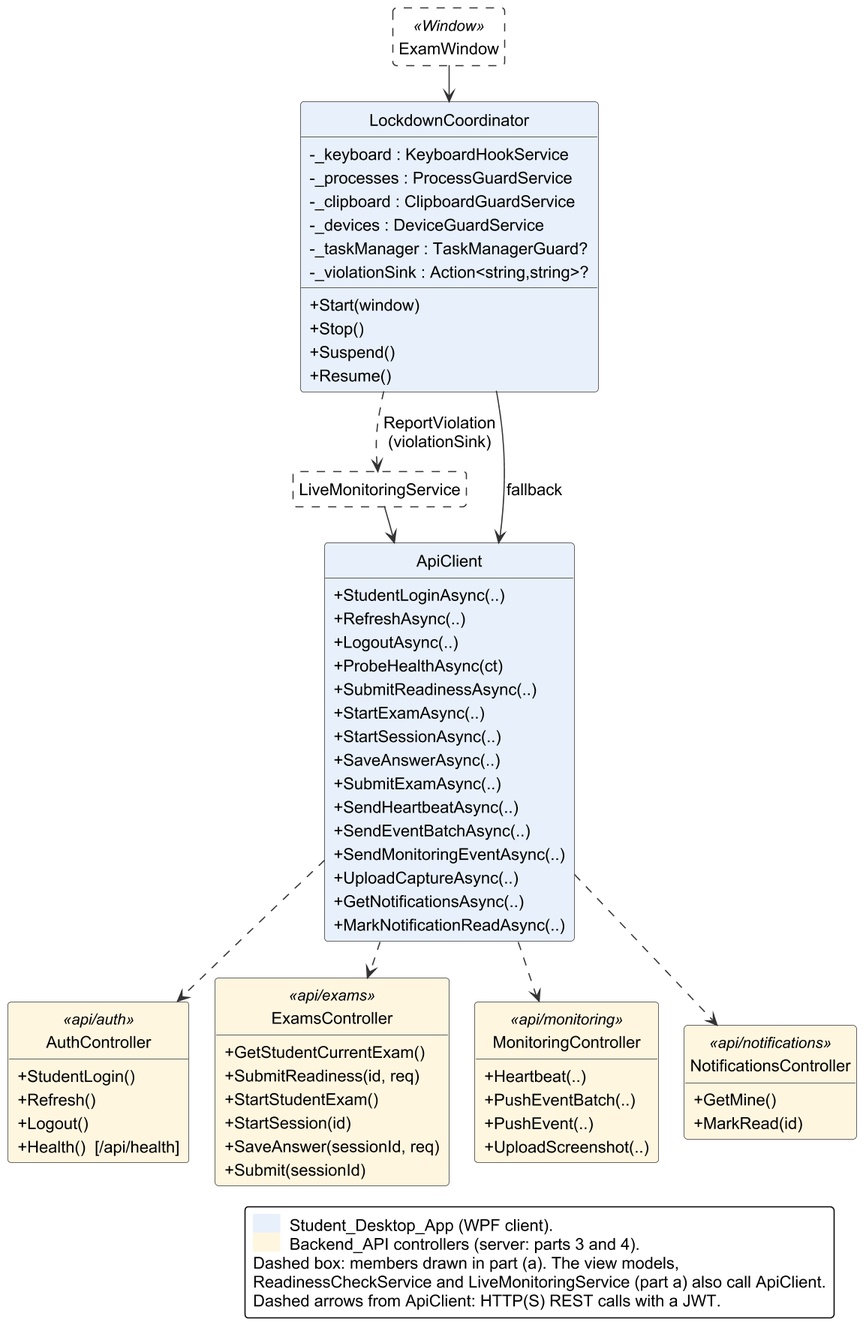
This is important docs/fyp_doc_3chatp/Figures/class_diagram_client_b.png from Haiderali27-hub/AI-Lab-Monitoring-, a PlantUML export, as it was before one commit. Its diagram source:
```plantuml
@startuml
!include style.iuml
hide empty members
hide circle
skinparam classAttributeIconSize 0
skinparam nodesep 22
skinparam ranksep 30
skinparam class {
  FontSize 14
  AttributeFontSize 14
  StereotypeFontSize 13
}
skinparam ArrowFontSize 14
skinparam stereotypeFontSize 14

class ExamWindow <<Window>> #FFFFFF ##[dashed]
class LiveMonitoringService #FFFFFF ##[dashed]
class LockdownCoordinator #E8F0FB {
  -_keyboard : KeyboardHookService
  -_processes : ProcessGuardService
  -_clipboard : ClipboardGuardService
  -_devices : DeviceGuardService
  -_taskManager : TaskManagerGuard?
  -_violationSink : Action<string,string>?
  +Start(window)
  +Stop()
  +Suspend()
  +Resume()
}
class ApiClient #E8F0FB {
  +StudentLoginAsync(..)
  +RefreshAsync(..)
  +LogoutAsync(..)
  +ProbeHealthAsync(ct)
  +SubmitReadinessAsync(..)
  +StartExamAsync(..)
  +StartSessionAsync(..)
  +SaveAnswerAsync(..)
  +SubmitExamAsync(..)
  +SendHeartbeatAsync(..)
  +SendEventBatchAsync(..)
  +SendMonitoringEventAsync(..)
  +UploadCaptureAsync(..)
  +GetNotificationsAsync(..)
  +MarkNotificationReadAsync(..)
}

class AuthController <<api/auth>> #FFF6E0 {
  +StudentLogin()
  +Refresh()
  +Logout()
  +Health()  [/api/health]
}
class NotificationsController <<api/notifications>> #FFF6E0 {
  +GetMine()
  +MarkRead(id)
}
class ExamsController <<api/exams>> #FFF6E0 {
  +GetStudentCurrentExam()
  +SubmitReadiness(id, req)
  +StartStudentExam()
  +StartSession(id)
  +SaveAnswer(sessionId, req)
  +Submit(sessionId)
}
class MonitoringController <<api/monitoring>> #FFF6E0 {
  +Heartbeat(..)
  +PushEventBatch(..)
  +PushEvent(..)
  +UploadScreenshot(..)
}

ExamWindow --> LockdownCoordinator
LockdownCoordinator ..> LiveMonitoringService : ReportViolation\n(violationSink)

LockdownCoordinator --> ApiClient : fallback
LiveMonitoringService --> ApiClient

ApiClient ..> AuthController
ApiClient ..> ExamsController
ApiClient ..> MonitoringController
ApiClient ..> NotificationsController
AuthController -[hidden]right- ExamsController
ExamsController -[hidden]right- MonitoringController
MonitoringController -[hidden]right- NotificationsController

skinparam legendFontSize 14
legend bottom right
  <back:#E8F0FB>      </back>  Student<U+005F>Desktop<U+005F>App (WPF client).
  <back:#FFF6E0>      </back>  Backend<U+005F>API controllers (server: parts 3 and 4).
  Dashed box: members drawn in part (a). The view models,
  ReadinessCheckService and LiveMonitoringService (part a) also call ApiClient.
  Dashed arrows from ApiClient: HTTP(S) REST calls with a JWT.
endlegend
@enduml
```
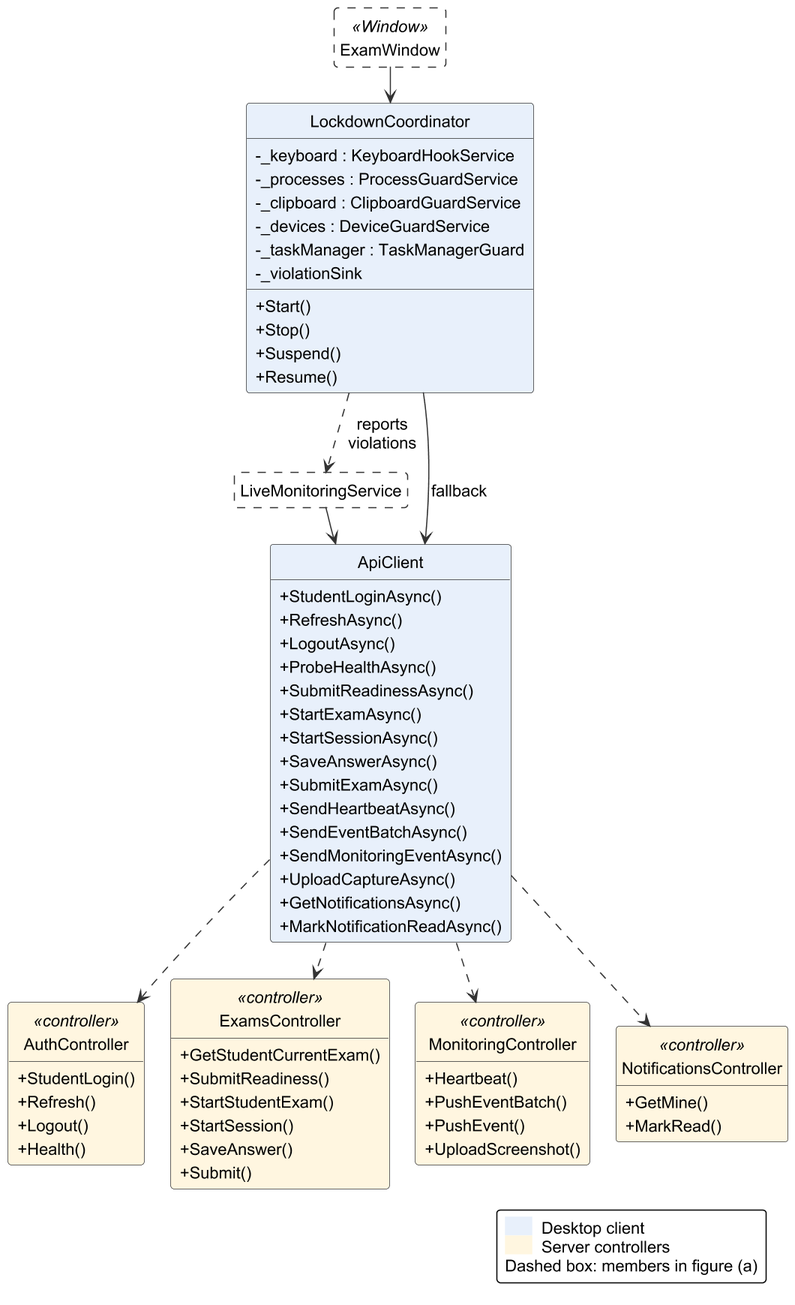
Later version of the same file.

What changed in the source:
```diff
@@ -8,7 +8,7 @@
 skinparam class {
   FontSize 14
   AttributeFontSize 14
-  StereotypeFontSize 13
+  StereotypeFontSize 14
 }
 skinparam ArrowFontSize 14
 skinparam stereotypeFontSize 14
@@ -20,58 +20,58 @@
   -_processes : ProcessGuardService
   -_clipboard : ClipboardGuardService
   -_devices : DeviceGuardService
-  -_taskManager : TaskManagerGuard?
-  -_violationSink : Action<string,string>?
-  +Start(window)
+  -_taskManager : TaskManagerGuard
+  -_violationSink
+  +Start()
   +Stop()
   +Suspend()
   +Resume()
 }
 class ApiClient #E8F0FB {
-  +StudentLoginAsync(..)
-  +RefreshAsync(..)
-  +LogoutAsync(..)
-  +ProbeHealthAsync(ct)
-  +SubmitReadinessAsync(..)
-  +StartExamAsync(..)
-  +StartSessionAsync(..)
-  +SaveAnswerAsync(..)
-  +SubmitExamAsync(..)
-  +SendHeartbeatAsync(..)
-  +SendEventBatchAsync(..)
-  +SendMonitoringEventAsync(..)
-  +UploadCaptureAsync(..)
-  +GetNotificationsAsync(..)
-  +MarkNotificationReadAsync(..)
+  +StudentLoginAsync()
+  +RefreshAsync()
+  +LogoutAsync()
+  +ProbeHealthAsync()
+  +SubmitReadinessAsync()
+  +StartExamAsync()
+  +StartSessionAsync()
+  +SaveAnswerAsync()
+  +SubmitExamAsync()
+  +SendHeartbeatAsync()
+  +SendEventBatchAsync()
+  +SendMonitoringEventAsync()
+  +UploadCaptureAsync()
+  +GetNotificationsAsync()
+  +MarkNotificationReadAsync()
 }
 
-class AuthController <<api/auth>> #FFF6E0 {
+class AuthController <<controller>> #FFF6E0 {
   +StudentLogin()
   +Refresh()
   +Logout()
-  +Health()  [/api/health]
+  +Health()
 }
-class NotificationsController <<api/notifications>> #FFF6E0 {
+class NotificationsController <<controller>> #FFF6E0 {
   +GetMine()
-  +MarkRead(id)
+  +MarkRead()
 }
-class ExamsController <<api/exams>> #FFF6E0 {
+class ExamsController <<controller>> #FFF6E0 {
   +GetStudentCurrentExam()
-  +SubmitReadiness(id, req)
+  +SubmitReadiness()
   +StartStudentExam()
-  +StartSession(id)
-  +SaveAnswer(sessionId, req)
-  +Submit(sessionId)
+  +StartSession()
+  +SaveAnswer()
+  +Submit()
 }
-class MonitoringController <<api/monitoring>> #FFF6E0 {
-  +Heartbeat(..)
-  +PushEventBatch(..)
-  +PushEvent(..)
-  +UploadScreenshot(..)
+class MonitoringController <<controller>> #FFF6E0 {
+  +Heartbeat()
+  +PushEventBatch()
+  +PushEvent()
+  +UploadScreenshot()
 }
 
 ExamWindow --> LockdownCoordinator
-LockdownCoordinator ..> LiveMonitoringService : ReportViolation\n(violationSink)
+LockdownCoordinator ..> LiveMonitoringService : reports\nviolations
 
 LockdownCoordinator --> ApiClient : fallback
 LiveMonitoringService --> ApiClient
@@ -86,10 +86,8 @@
 
 skinparam legendFontSize 14
 legend bottom right
-  <back:#E8F0FB>      </back>  Student<U+005F>Desktop<U+005F>App (WPF client).
-  <back:#FFF6E0>      </back>  Backend<U+005F>API controllers (server: parts 3 and 4).
-  Dashed box: members drawn in part (a). The view models,
-  ReadinessCheckService and LiveMonitoringService (part a) also call ApiClient.
-  Dashed arrows from ApiClient: HTTP(S) REST calls with a JWT.
+  <back:#E8F0FB>      </back>  Desktop client
+  <back:#FFF6E0>      </back>  Server controllers
+  Dashed box: members in figure (a)
 endlegend
 @enduml
```
